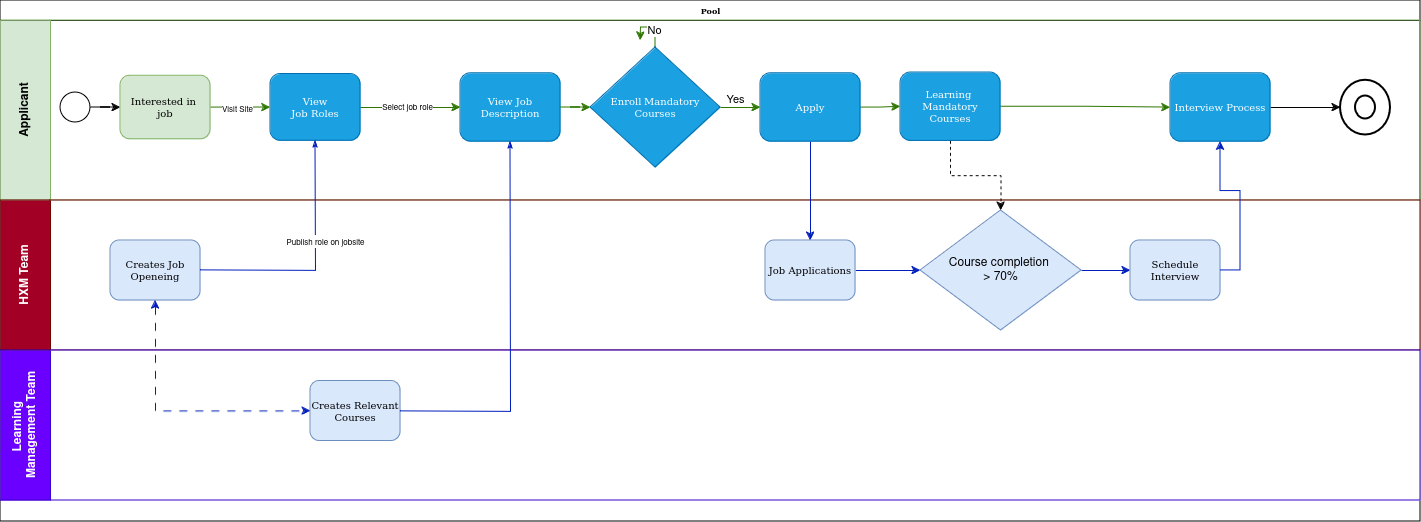
Before: BPMN/Untitled Diagram.drawio.png, a diagram exported from draw.io (Meharaj-thoufik/Quality-Candidate-Recruit). Source tidied: cells renumbered, new cells last; positions are measured from the earlier drawing's top-left corner, leaving out a move shared by most shapes.
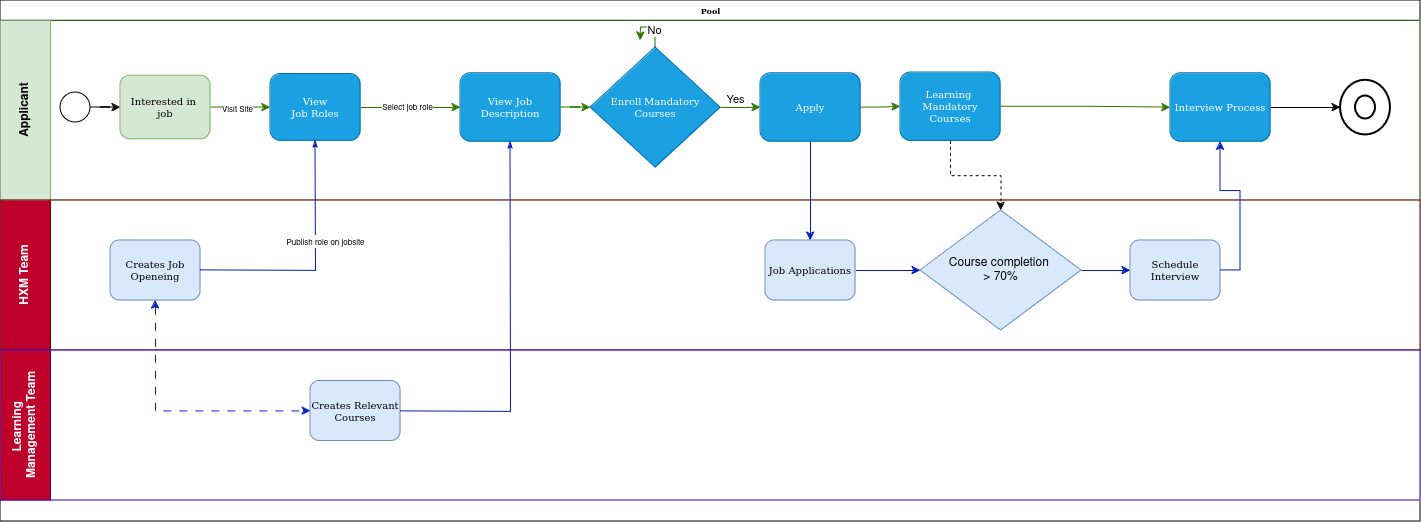
The same file after the commit.

The edit, as a diff of the source:
```diff
@@ -83,7 +83,7 @@
     <mxCell id="26" style="strokeWidth=2;html=1;shape=mxgraph.flowchart.start_2;whiteSpace=wrap;" parent="3" vertex="1">
       <mxGeometry x="1355" y="75.5" width="20" height="23" as="geometry" />
     </mxCell>
-    <mxCell id="27" value="HXM Team" style="swimlane;html=1;startSize=50;horizontal=0;fillColor=#a20025;strokeColor=#6F0000;fontColor=#ffffff;gradientColor=none;swimlaneFillColor=default;" parent="2" vertex="1">
+    <mxCell id="27" value="HXM Team" style="swimlane;html=1;startSize=50;horizontal=0;fillColor=#BF002B;strokeColor=#6F0000;fontColor=#ffffff;gradientColor=none;swimlaneFillColor=default;" parent="2" vertex="1">
       <mxGeometry y="200" width="1420" height="150" as="geometry" />
     </mxCell>
     <mxCell id="28" value="&lt;font size=&quot;1&quot;&gt;&lt;span&gt;Creates Job Openeing &lt;/span&gt;&lt;/font&gt;" style="rounded=1;whiteSpace=wrap;html=1;shadow=0;labelBackgroundColor=none;strokeWidth=1;fontFamily=Verdana;fontSize=8;align=center;fillColor=#dae8fc;strokeColor=#6c8ebf;" parent="27" vertex="1">
@@ -104,7 +104,7 @@
     <mxCell id="33" value="&lt;font style=&quot;font-size: 10px;&quot;&gt;Schedule Interview &lt;br&gt;&lt;/font&gt;" style="rounded=1;whiteSpace=wrap;html=1;shadow=0;labelBackgroundColor=none;strokeWidth=1;fontFamily=Verdana;fontSize=8;align=center;fillColor=#dae8fc;strokeColor=#6c8ebf;" parent="27" vertex="1">
       <mxGeometry x="1130" y="40" width="90" height="60" as="geometry" />
     </mxCell>
-    <mxCell id="34" value="&lt;div&gt;Learning&amp;nbsp;&lt;/div&gt;&lt;div&gt;Management Team&lt;br&gt;&lt;/div&gt;" style="swimlane;html=1;startSize=50;horizontal=0;fillColor=#6a00ff;strokeColor=#3700CC;fontColor=#ffffff;swimlaneFillColor=default;" parent="2" vertex="1">
+    <mxCell id="34" value="&lt;div&gt;Learning&amp;nbsp;&lt;/div&gt;&lt;div&gt;Management Team&lt;br&gt;&lt;/div&gt;" style="swimlane;html=1;startSize=50;horizontal=0;fillColor=#BF002B;strokeColor=#3700CC;fontColor=#ffffff;swimlaneFillColor=default;" parent="2" vertex="1">
       <mxGeometry y="350" width="1420" height="150" as="geometry" />
     </mxCell>
     <mxCell id="35" value="&lt;div&gt;&lt;font size=&quot;1&quot;&gt;&lt;span&gt;Creates Relevant&lt;/span&gt;&lt;/font&gt;&lt;/div&gt;&lt;div&gt;&lt;font size=&quot;1&quot;&gt;&lt;span&gt;Courses &lt;/span&gt;&lt;/font&gt;&lt;/div&gt;" style="rounded=1;whiteSpace=wrap;html=1;shadow=0;labelBackgroundColor=none;strokeWidth=1;fontFamily=Verdana;fontSize=8;align=center;fillColor=#dae8fc;strokeColor=#6c8ebf;" parent="34" vertex="1">
```
